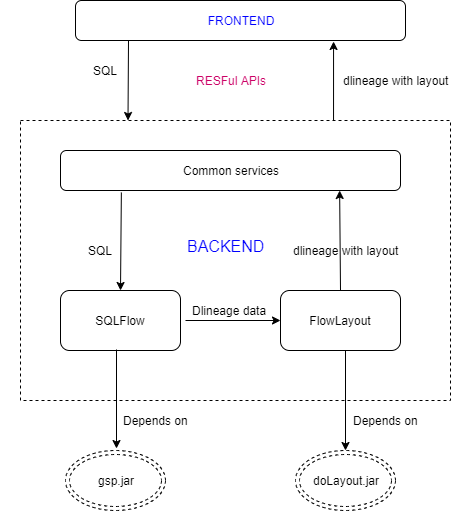
Above: sqlflow_components.png in sqlparser/sqlflow_public (draw.io), before the change. Source tidied: cells renumbered, new cells last; positions are measured from the earlier drawing's top-left corner, leaving out a move shared by most shapes.
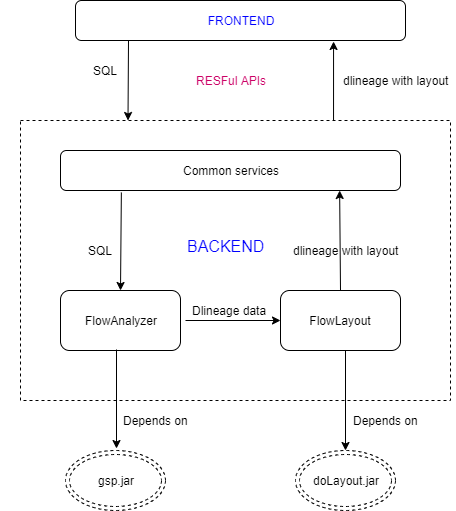
Above is the later version.

Commit message:
sqlflow component diagram

Change to the diagram source:
```diff
@@ -17,7 +17,7 @@
     <mxCell id="6" value="FlowLayout" style="rounded=1;whiteSpace=wrap;html=1;" parent="3" vertex="1">
       <mxGeometry x="280" y="160" width="120" height="60" as="geometry" />
     </mxCell>
-    <mxCell id="7" value="SQLFlow" style="rounded=1;whiteSpace=wrap;html=1;" parent="3" vertex="1">
+    <mxCell id="7" value="FlowAnalyzer" style="rounded=1;whiteSpace=wrap;html=1;" parent="3" vertex="1">
       <mxGeometry x="60" y="160" width="120" height="60" as="geometry" />
     </mxCell>
     <mxCell id="8" style="endArrow=classic;html=1;entryX=0.5;entryY=0;entryDx=0;entryDy=0;exitX=0.179;exitY=1.05;exitDx=0;exitDy=0;exitPerimeter=0;" parent="3" edge="1" source="5" target="7">
```
